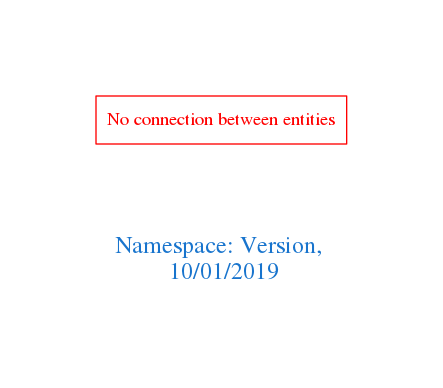
Before: downloads/Version.png, a diagram exported from Graphviz (arago/OGIT). Its source is kept beside it as downloads/Version.dot.
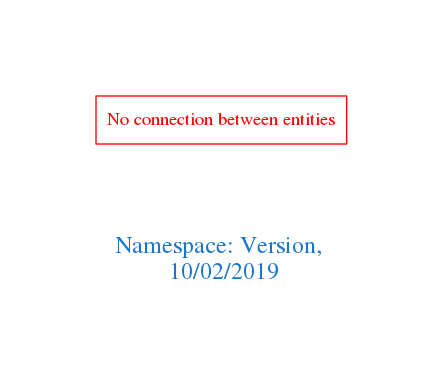
The same file after the commit.

The edit, as a diff of the source:
```diff
@@ -1,7 +1,7 @@
 digraph OGIT_ontology {
  graph [ rankdir= LR,pad=1
 fontsize = 18,
-fontcolor= dodgerblue3,label = "\n\n\nNamespace: Version, \n 10/01/2019"];
+fontcolor= dodgerblue3,label = "\n\n\nNamespace: Version, \n 10/02/2019"];
 node[shape=polygon];
 edge [  color="gray81"];
 
```
